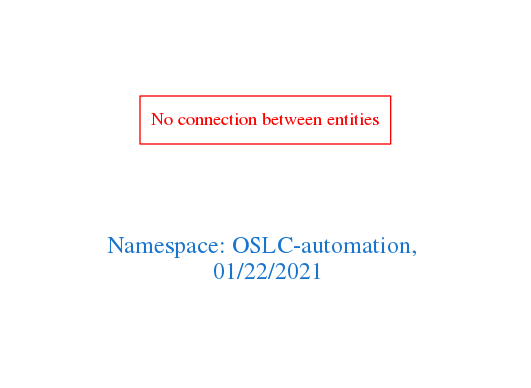
This is downloads/OSLC-automation.png from arago/OGIT, a Graphviz export, as it was before one commit. Its source is kept beside it as downloads/OSLC-automation.dot.
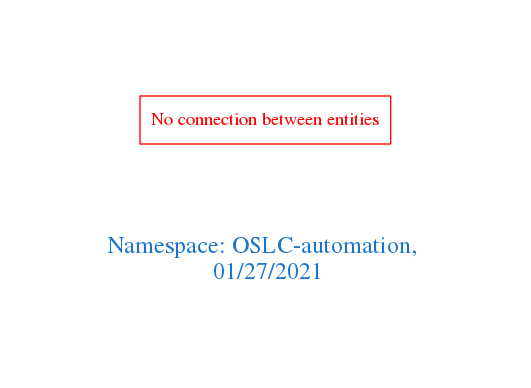
Above is the later version.

The edit, as a diff of the source:
```diff
@@ -1,7 +1,7 @@
 digraph OGIT_ontology {
  graph [ rankdir= LR,pad=1
 fontsize = 18,
-fontcolor= dodgerblue3,label = "\n\n\nNamespace: OSLC-automation, \n 01/22/2021"];
+fontcolor= dodgerblue3,label = "\n\n\nNamespace: OSLC-automation, \n 01/27/2021"];
 node[shape=polygon];
 edge [  color="gray81"];
 
```
